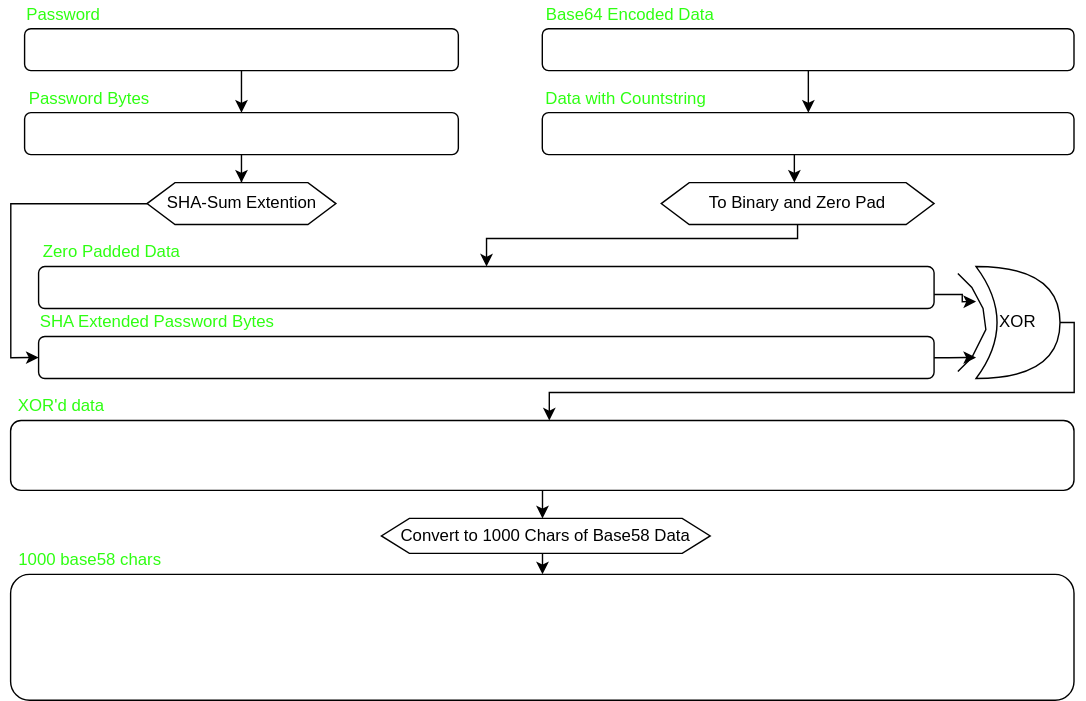
The draw.io diagram aes256cbc/obf_1_encrypt_flowchart.drawio.svg in lenron/trustnet, before a commit. Source tidied: cells renumbered, new cells last; positions are measured from the earlier drawing's top-left corner, leaving out a move shared by most shapes.
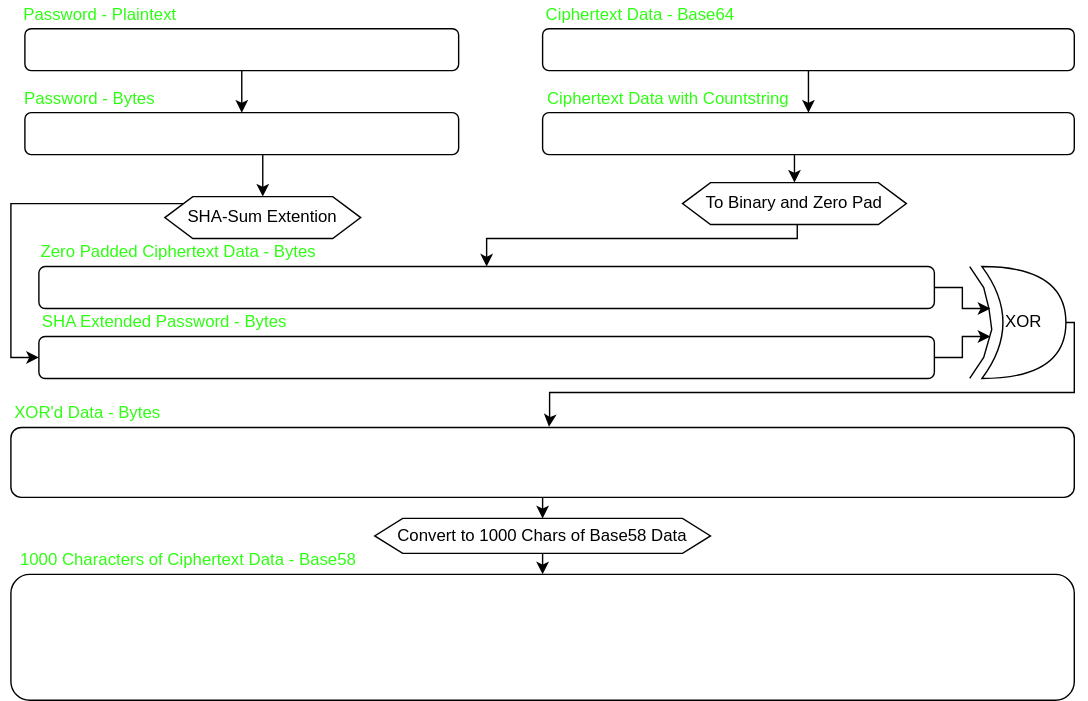
The same file after the commit.

The edit, as a diff of the source:
```diff
@@ -8,14 +8,15 @@
     <mxCell id="3" style="rounded=1;whiteSpace=wrap;html=1;" parent="1" vertex="1">
       <mxGeometry x="10" y="20" width="310" height="30" as="geometry" />
     </mxCell>
-    <mxCell id="4" value="&lt;font style=&quot;color: light-dark(rgb(46, 255, 18), rgb(46, 255, 18));&quot;&gt;Password&lt;/font&gt;" style="text;html=1;align=center;verticalAlign=middle;whiteSpace=wrap;rounded=0;" parent="1" vertex="1">
-      <mxGeometry x="8" width="60" height="20" as="geometry" />
+    <mxCell id="4" value="&lt;font style=&quot;color: light-dark(rgb(46, 255, 18), rgb(46, 255, 18));&quot;&gt;Password - Plaintext&lt;/font&gt;" style="text;html=1;align=center;verticalAlign=middle;whiteSpace=wrap;rounded=0;" parent="1" vertex="1">
+      <mxGeometry x="8" width="112" height="20" as="geometry" />
     </mxCell>
-    <mxCell id="5" value="&lt;font style=&quot;color: light-dark(rgb(46, 255, 18), rgb(46, 255, 18));&quot;&gt;SHA Extended Password Bytes&lt;/font&gt;" style="text;html=1;align=center;verticalAlign=middle;whiteSpace=wrap;rounded=0;" parent="1" vertex="1">
-      <mxGeometry x="20" y="220" width="170" height="20" as="geometry" />
+    <mxCell id="5" value="&lt;font style=&quot;color: light-dark(rgb(46, 255, 18), rgb(46, 255, 18));&quot;&gt;SHA Extended Password - Bytes&lt;/font&gt;" style="text;html=1;align=center;verticalAlign=middle;whiteSpace=wrap;rounded=0;" parent="1" vertex="1">
+      <mxGeometry x="20" y="220" width="180" height="20" as="geometry" />
     </mxCell>
-    <mxCell id="6" style="edgeStyle=orthogonalEdgeStyle;rounded=0;jettySize=auto;html=1;entryX=0.506;entryY=-0.011;entryDx=0;entryDy=0;exitX=1;exitY=0.5;exitDx=0;exitDy=0;exitPerimeter=0;entryPerimeter=0;" parent="1" edge="1" source="7" target="20">
+    <mxCell id="6" style="edgeStyle=orthogonalEdgeStyle;rounded=0;jettySize=auto;html=1;entryX=0.506;entryY=-0.011;entryDx=0;entryDy=0;exitX=1;exitY=0.5;exitDx=0;exitDy=0;exitPerimeter=0;entryPerimeter=0;" parent="1" edge="1" target="20">
       <mxGeometry relative="1" as="geometry">
+        <mxPoint x="750" y="230" as="sourcePoint" />
         <Array as="points">
           <mxPoint x="760" y="230" />
           <mxPoint x="760" y="280" />
@@ -25,29 +26,14 @@
         </Array>
       </mxGeometry>
     </mxCell>
-    <mxCell id="7" value="XOR" style="shape=xor;whiteSpace=wrap;html=1;" parent="1" vertex="1">
-      <mxGeometry x="690" y="190" width="60" height="80" as="geometry" />
-    </mxCell>
-    <mxCell id="8" style="endArrow=none;html=1;rounded=0;" parent="1" edge="1">
-      <mxGeometry relative="1" as="geometry">
-        <mxPoint x="677" y="265" as="sourcePoint" />
-        <mxPoint x="677" y="195" as="targetPoint" />
-        <Array as="points">
-          <mxPoint x="687" y="255" />
-          <mxPoint x="697" y="235" />
-          <mxPoint x="695" y="220" />
-          <mxPoint x="687" y="205" />
-        </Array>
-      </mxGeometry>
-    </mxCell>
     <mxCell id="9" style="edgeStyle=orthogonalEdgeStyle;rounded=0;jettySize=auto;html=1;" parent="1" edge="1" source="10" target="13">
       <mxGeometry relative="1" as="geometry" />
     </mxCell>
     <mxCell id="10" style="rounded=1;whiteSpace=wrap;html=1;" parent="1" vertex="1">
       <mxGeometry x="380" y="20" width="380" height="30" as="geometry" />
     </mxCell>
-    <mxCell id="11" value="&lt;font style=&quot;color: light-dark(rgb(46, 255, 18), rgb(46, 255, 18));&quot;&gt;Base64 Encoded Data&lt;/font&gt;" style="text;html=1;align=center;verticalAlign=middle;whiteSpace=wrap;rounded=0;" parent="1" vertex="1">
-      <mxGeometry x="380" width="125.5" height="20" as="geometry" />
+    <mxCell id="11" value="&lt;font style=&quot;color: light-dark(rgb(46, 255, 18), rgb(46, 255, 18));&quot;&gt;Ciphertext Data - Base64&lt;/font&gt;" style="text;html=1;align=center;verticalAlign=middle;whiteSpace=wrap;rounded=0;" parent="1" vertex="1">
+      <mxGeometry x="380" width="140" height="20" as="geometry" />
     </mxCell>
     <mxCell id="12" style="edgeStyle=orthogonalEdgeStyle;rounded=0;jettySize=auto;html=1;" parent="1" edge="1" source="13" target="32">
       <mxGeometry relative="1" as="geometry">
@@ -60,21 +46,18 @@
     <mxCell id="13" style="rounded=1;whiteSpace=wrap;html=1;" parent="1" vertex="1">
       <mxGeometry x="380" y="80" width="380" height="30" as="geometry" />
     </mxCell>
-    <mxCell id="14" value="&lt;font style=&quot;color: light-dark(rgb(46, 255, 18), rgb(46, 255, 18));&quot;&gt;Data with Countstring&lt;/font&gt;" style="text;html=1;align=center;verticalAlign=middle;whiteSpace=wrap;rounded=0;" parent="1" vertex="1">
-      <mxGeometry x="380" y="60" width="120" height="20" as="geometry" />
+    <mxCell id="14" value="&lt;font style=&quot;color: light-dark(rgb(46, 255, 18), rgb(46, 255, 18));&quot;&gt;Ciphertext Data with Countstring&lt;/font&gt;" style="text;html=1;align=center;verticalAlign=middle;whiteSpace=wrap;rounded=0;" parent="1" vertex="1">
+      <mxGeometry x="380" y="60" width="180" height="20" as="geometry" />
     </mxCell>
-    <mxCell id="15" value="&lt;font style=&quot;color: light-dark(rgb(46, 255, 18), rgb(46, 255, 18));&quot;&gt;Zero Padded Data&lt;/font&gt;" style="text;html=1;align=center;verticalAlign=middle;whiteSpace=wrap;rounded=0;" parent="1" vertex="1">
-      <mxGeometry x="20" y="170" width="105" height="20" as="geometry" />
+    <mxCell id="15" value="&lt;font style=&quot;color: light-dark(rgb(46, 255, 18), rgb(46, 255, 18));&quot;&gt;Zero Padded Ciphertext Data - Bytes&lt;/font&gt;" style="text;html=1;align=center;verticalAlign=middle;whiteSpace=wrap;rounded=0;" parent="1" vertex="1">
+      <mxGeometry x="20" y="170" width="200" height="20" as="geometry" />
     </mxCell>
-    <mxCell id="16" value="&lt;font style=&quot;color: light-dark(rgb(46, 255, 18), rgb(46, 255, 18));&quot;&gt;XOR'd data&lt;/font&gt;" style="text;html=1;align=center;verticalAlign=middle;whiteSpace=wrap;rounded=0;" parent="1" vertex="1">
-      <mxGeometry x="4" y="280" width="65" height="20" as="geometry" />
+    <mxCell id="16" value="&lt;font style=&quot;color: light-dark(rgb(46, 255, 18), rgb(46, 255, 18));&quot;&gt;XOR'd Data - Bytes&lt;/font&gt;" style="text;html=1;align=center;verticalAlign=middle;whiteSpace=wrap;rounded=0;" parent="1" vertex="1">
+      <mxGeometry y="285" width="110" height="20" as="geometry" />
     </mxCell>
     <mxCell id="17" style="rounded=1;whiteSpace=wrap;html=1;" parent="1" vertex="1">
       <mxGeometry y="410" width="760" height="90" as="geometry" />
     </mxCell>
-    <mxCell id="18" value="&lt;font style=&quot;color: light-dark(rgb(46, 255, 18), rgb(46, 255, 18));&quot;&gt;1000 base58 chars of data&lt;/font&gt;" style="text;html=1;align=center;verticalAlign=middle;whiteSpace=wrap;rounded=0;" parent="1" vertex="1">
-      <mxGeometry x="12.5" y="310" width="147.5" height="20" as="geometry" />
-    </mxCell>
     <mxCell id="19" style="edgeStyle=orthogonalEdgeStyle;rounded=0;jettySize=auto;html=1;" parent="1" edge="1" source="20" target="34">
       <mxGeometry relative="1" as="geometry">
         <Array as="points">
@@ -84,39 +67,44 @@
       </mxGeometry>
     </mxCell>
     <mxCell id="20" style="rounded=1;whiteSpace=wrap;html=1;" parent="1" vertex="1">
-      <mxGeometry y="300" width="760" height="50" as="geometry" />
+      <mxGeometry y="305" width="760" height="50" as="geometry" />
     </mxCell>
-    <mxCell id="21" style="edgeStyle=orthogonalEdgeStyle;rounded=0;jettySize=auto;html=1;" parent="1" edge="1" source="22">
-      <mxGeometry relative="1" as="geometry">
-        <mxPoint x="690" y="255" as="targetPoint" />
-      </mxGeometry>
-    </mxCell>
+    <mxCell id="35" style="edgeStyle=orthogonalEdgeStyle;rounded=0;jettySize=auto;html=1;" parent="1" edge="1" source="22">
+      <mxGeometry relative="1" as="geometry">
+        <mxPoint x="700" y="240" as="targetPoint" />
+      </mxGeometry>
+    </mxCell>
     <mxCell id="22" style="rounded=1;whiteSpace=wrap;html=1;" parent="1" vertex="1">
       <mxGeometry x="20" y="240" width="640" height="30" as="geometry" />
     </mxCell>
-    <mxCell id="23" style="edgeStyle=orthogonalEdgeStyle;rounded=0;jettySize=auto;html=1;" parent="1" edge="1" source="24">
-      <mxGeometry relative="1" as="geometry">
-        <mxPoint x="690" y="215" as="targetPoint" />
-        <Array as="points">
-          <mxPoint x="680" y="210" />
-          <mxPoint x="680" y="215" />
-        </Array>
-      </mxGeometry>
-    </mxCell>
+    <mxCell id="36" style="edgeStyle=orthogonalEdgeStyle;rounded=0;jettySize=auto;html=1;" parent="1" edge="1" source="24">
+      <mxGeometry relative="1" as="geometry">
+        <mxPoint x="700" y="220" as="targetPoint" />
+        <Array as="points">
+          <mxPoint x="680" y="205" />
+          <mxPoint x="680" y="220" />
+        </Array>
+      </mxGeometry>
+    </mxCell>
     <mxCell id="24" style="rounded=1;whiteSpace=wrap;html=1;" parent="1" vertex="1">
       <mxGeometry x="20" y="190" width="640" height="30" as="geometry" />
     </mxCell>
     <mxCell id="25" style="edgeStyle=orthogonalEdgeStyle;rounded=0;jettySize=auto;html=1;" parent="1" edge="1" source="26" target="30">
-      <mxGeometry relative="1" as="geometry" />
+      <mxGeometry relative="1" as="geometry">
+        <Array as="points">
+          <mxPoint x="180" y="120" />
+          <mxPoint x="180" y="120" />
+        </Array>
+      </mxGeometry>
     </mxCell>
     <mxCell id="26" style="rounded=1;whiteSpace=wrap;html=1;" parent="1" vertex="1">
       <mxGeometry x="10" y="80" width="310" height="30" as="geometry" />
     </mxCell>
-    <mxCell id="27" value="&lt;font style=&quot;color: light-dark(rgb(46, 255, 18), rgb(46, 255, 18));&quot;&gt;Password Bytes&lt;/font&gt;" style="text;html=1;align=center;verticalAlign=middle;whiteSpace=wrap;rounded=0;" parent="1" vertex="1">
+    <mxCell id="27" value="&lt;font style=&quot;color: light-dark(rgb(46, 255, 18), rgb(46, 255, 18));&quot;&gt;Password - Bytes&lt;/font&gt;" style="text;html=1;align=center;verticalAlign=middle;whiteSpace=wrap;rounded=0;" parent="1" vertex="1">
       <mxGeometry x="8" y="60" width="97" height="20" as="geometry" />
     </mxCell>
-    <mxCell id="28" value="&lt;font style=&quot;color: light-dark(rgb(46, 255, 18), rgb(46, 255, 18));&quot;&gt;1000 base58 chars&lt;/font&gt;" style="text;html=1;align=center;verticalAlign=middle;whiteSpace=wrap;rounded=0;" parent="1" vertex="1">
-      <mxGeometry x="4" y="390" width="106" height="20" as="geometry" />
+    <mxCell id="28" value="&lt;font style=&quot;color: light-dark(rgb(46, 255, 18), rgb(46, 255, 18));&quot;&gt;1000 Characters of Ciphertext Data - Base58&lt;/font&gt;" style="text;html=1;align=center;verticalAlign=middle;whiteSpace=wrap;rounded=0;" parent="1" vertex="1">
+      <mxGeometry x="4" y="390" width="246" height="20" as="geometry" />
     </mxCell>
     <mxCell id="29" style="edgeStyle=orthogonalEdgeStyle;rounded=0;jettySize=auto;html=1;entryX=0;entryY=0.5;entryDx=0;entryDy=0;" parent="1" edge="1" source="30" target="22">
       <mxGeometry relative="1" as="geometry">
@@ -127,7 +115,7 @@
       </mxGeometry>
     </mxCell>
     <mxCell id="30" value="SHA-Sum Extention" style="shape=hexagon;perimeter=hexagonPerimeter2;whiteSpace=wrap;html=1;fixedSize=1;" parent="1" vertex="1">
-      <mxGeometry x="97.5" y="130" width="135" height="30" as="geometry" />
+      <mxGeometry x="110" y="140" width="140" height="30" as="geometry" />
     </mxCell>
     <mxCell id="31" style="edgeStyle=orthogonalEdgeStyle;rounded=0;jettySize=auto;html=1;" parent="1" edge="1" source="32" target="24">
       <mxGeometry relative="1" as="geometry">
@@ -138,7 +126,7 @@
       </mxGeometry>
     </mxCell>
     <mxCell id="32" value="To Binary and Zero Pad" style="shape=hexagon;perimeter=hexagonPerimeter2;whiteSpace=wrap;html=1;fixedSize=1;" parent="1" vertex="1">
-      <mxGeometry x="465" y="130" width="195" height="30" as="geometry" />
+      <mxGeometry x="480" y="130" width="160" height="30" as="geometry" />
     </mxCell>
     <mxCell id="33" style="edgeStyle=orthogonalEdgeStyle;rounded=0;jettySize=auto;html=1;" parent="1" edge="1" source="34" target="17">
       <mxGeometry relative="1" as="geometry">
@@ -149,7 +137,22 @@
       </mxGeometry>
     </mxCell>
     <mxCell id="34" value="Convert to 1000 Chars of Base58 Data" style="shape=hexagon;perimeter=hexagonPerimeter2;whiteSpace=wrap;html=1;fixedSize=1;" parent="1" vertex="1">
-      <mxGeometry x="265" y="370" width="235" height="25" as="geometry" />
+      <mxGeometry x="260" y="370" width="240" height="25" as="geometry" />
     </mxCell>
+    <mxCell id="7" value="XOR" style="shape=xor;whiteSpace=wrap;html=1;" parent="1" vertex="1">
+      <mxGeometry x="694" y="190" width="60" height="80" as="geometry" />
+    </mxCell>
+    <mxCell id="37" style="endArrow=none;html=1;rounded=0;" parent="1" edge="1">
+      <mxGeometry relative="1" as="geometry">
+        <mxPoint x="685.2" y="270" as="sourcePoint" />
+        <mxPoint x="685.2" y="190" as="targetPoint" />
+        <Array as="points">
+          <mxPoint x="695.2" y="255" />
+          <mxPoint x="701" y="235" />
+          <mxPoint x="699" y="220" />
+          <mxPoint x="695.2" y="205" />
+        </Array>
+      </mxGeometry>
+    </mxCell>
   </root>
 </mxGraphModel>
```
